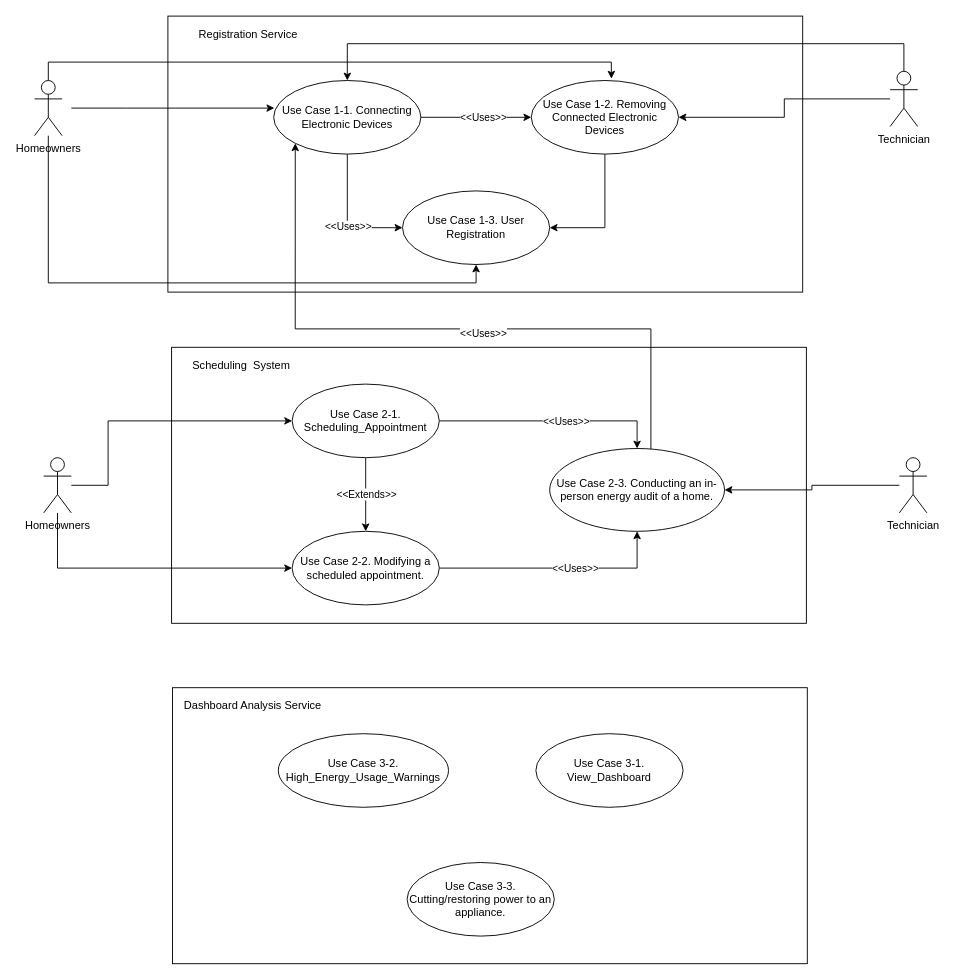
This is Use Case Diagram Milestone 1.drawio from uvic-teach/project-m1-team15, a draw.io file, before an edit. Source tidied: cells renumbered, new cells numbered last; positions are measured from the earlier drawing's top-left corner, leaving out a move shared by most shapes. Both pictures are drawn from the tidied source at 92%, with x=0, y=0 at pixel (34, 16).
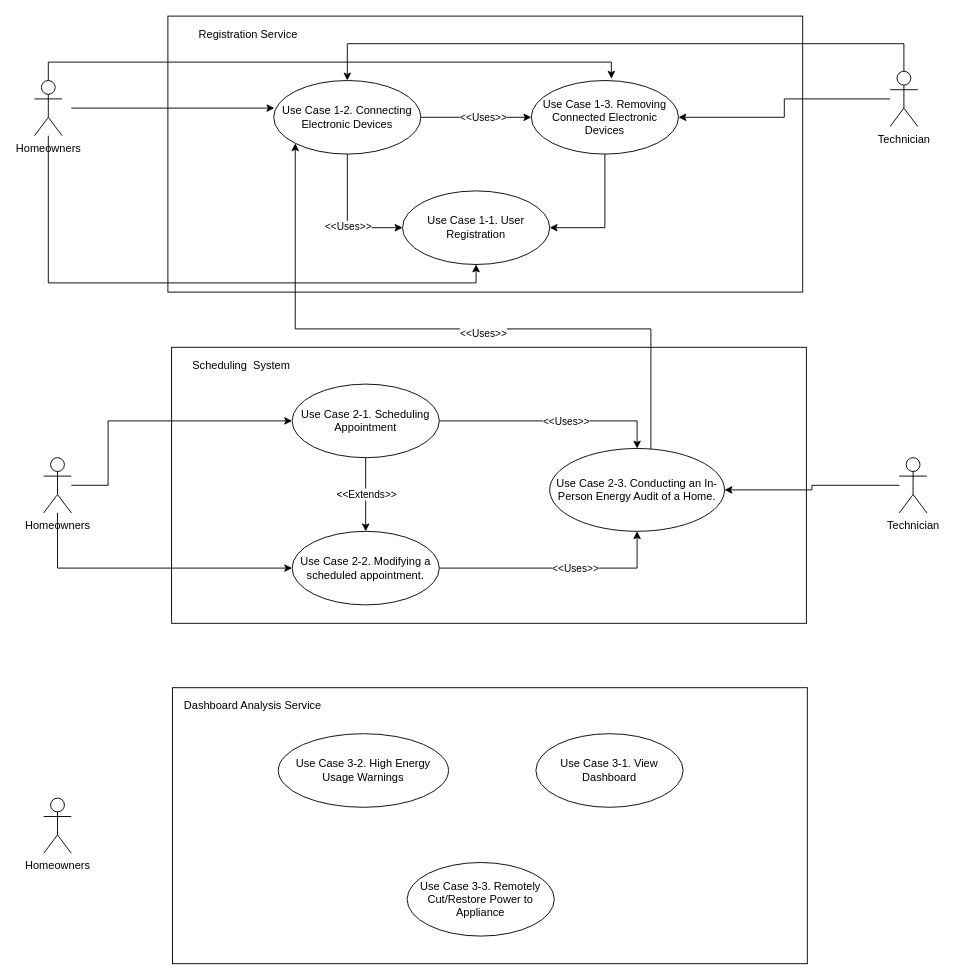
The same page after the edit.

Commit message:
Update Use Case to use consistent names Diagram Milestone 1.drawio

Diff of the diagram source:
```diff
@@
-    <mxCell id="13" value="Use Case 2-1. Scheduling_Appointment" style="ellipse;whiteSpace=wrap;html=1;" parent="1" vertex="1">
+    <mxCell id="13" value="Use Case 2-1. Scheduling Appointment" style="ellipse;whiteSpace=wrap;html=1;" parent="1" vertex="1">
       <mxGeometry x="280" y="400" width="160" height="80" as="geometry" />
     </mxCell>
@@
-    <mxCell id="19" value="Use Case 2-3. Conducting an in-person energy audit of a home." style="ellipse;whiteSpace=wrap;html=1;" parent="1" vertex="1">
+    <mxCell id="19" value="Use Case 2-3. Conducting an In-Person Energy Audit of a Home." style="ellipse;whiteSpace=wrap;html=1;" parent="1" vertex="1">
       <mxGeometry x="560" y="470" width="190" height="90" as="geometry" />
     </mxCell>
@@
-    <mxCell id="21" value="Use Case 1-1. Connecting Electronic Devices" style="ellipse;whiteSpace=wrap;html=1;" parent="1" vertex="1">
+    <mxCell id="21" value="Use Case 1-2. Connecting Electronic Devices" style="ellipse;whiteSpace=wrap;html=1;" parent="1" vertex="1">
       <mxGeometry x="260" y="70" width="160" height="80" as="geometry" />
     </mxCell>
@@
-    <mxCell id="23" value="Use Case 1-2. Removing Connected Electronic Devices" style="ellipse;whiteSpace=wrap;html=1;" parent="1" vertex="1">
+    <mxCell id="23" value="Use Case 1-3. Removing Connected Electronic Devices" style="ellipse;whiteSpace=wrap;html=1;" parent="1" vertex="1">
       <mxGeometry x="540" y="70" width="160" height="80" as="geometry" />
     </mxCell>
-    <mxCell id="24" value="Use Case 1-3. User Registration" style="ellipse;whiteSpace=wrap;html=1;" parent="1" vertex="1">
+    <mxCell id="24" value="Use Case 1-1. User Registration" style="ellipse;whiteSpace=wrap;html=1;" parent="1" vertex="1">
       <mxGeometry x="400" y="190" width="160" height="80" as="geometry" />
     </mxCell>
@@
-    <mxCell id="27" value="Use Case 3-2. High_Energy_Usage_Warnings" style="ellipse;whiteSpace=wrap;html=1;" parent="1" vertex="1">
+    <mxCell id="27" value="Use Case 3-2. High Energy Usage Warnings" style="ellipse;whiteSpace=wrap;html=1;" parent="1" vertex="1">
       <mxGeometry x="265" y="780" width="185" height="80" as="geometry" />
     </mxCell>
-    <mxCell id="28" value="Use Case 3-1. View_Dashboard" style="ellipse;whiteSpace=wrap;html=1;" parent="1" vertex="1">
+    <mxCell id="28" value="Use Case 3-1. View Dashboard" style="ellipse;whiteSpace=wrap;html=1;" parent="1" vertex="1">
       <mxGeometry x="545" y="780" width="160" height="80" as="geometry" />
     </mxCell>
-    <mxCell id="29" value="Use Case 3-3. Cutting/restoring power to an appliance." style="ellipse;whiteSpace=wrap;html=1;" parent="1" vertex="1">
+    <mxCell id="29" value="Use Case 3-3. Remotely Cut/Restore Power to Appliance" style="ellipse;whiteSpace=wrap;html=1;" parent="1" vertex="1">
       <mxGeometry x="405" y="920" width="160" height="80" as="geometry" />
     </mxCell>
@@
+    <mxCell id="42" value="Homeowners" style="shape=umlActor;verticalLabelPosition=bottom;verticalAlign=top;html=1;" parent="1" vertex="1">
+      <mxGeometry x="10" y="850" width="30" height="60" as="geometry" />
+    </mxCell>
```
